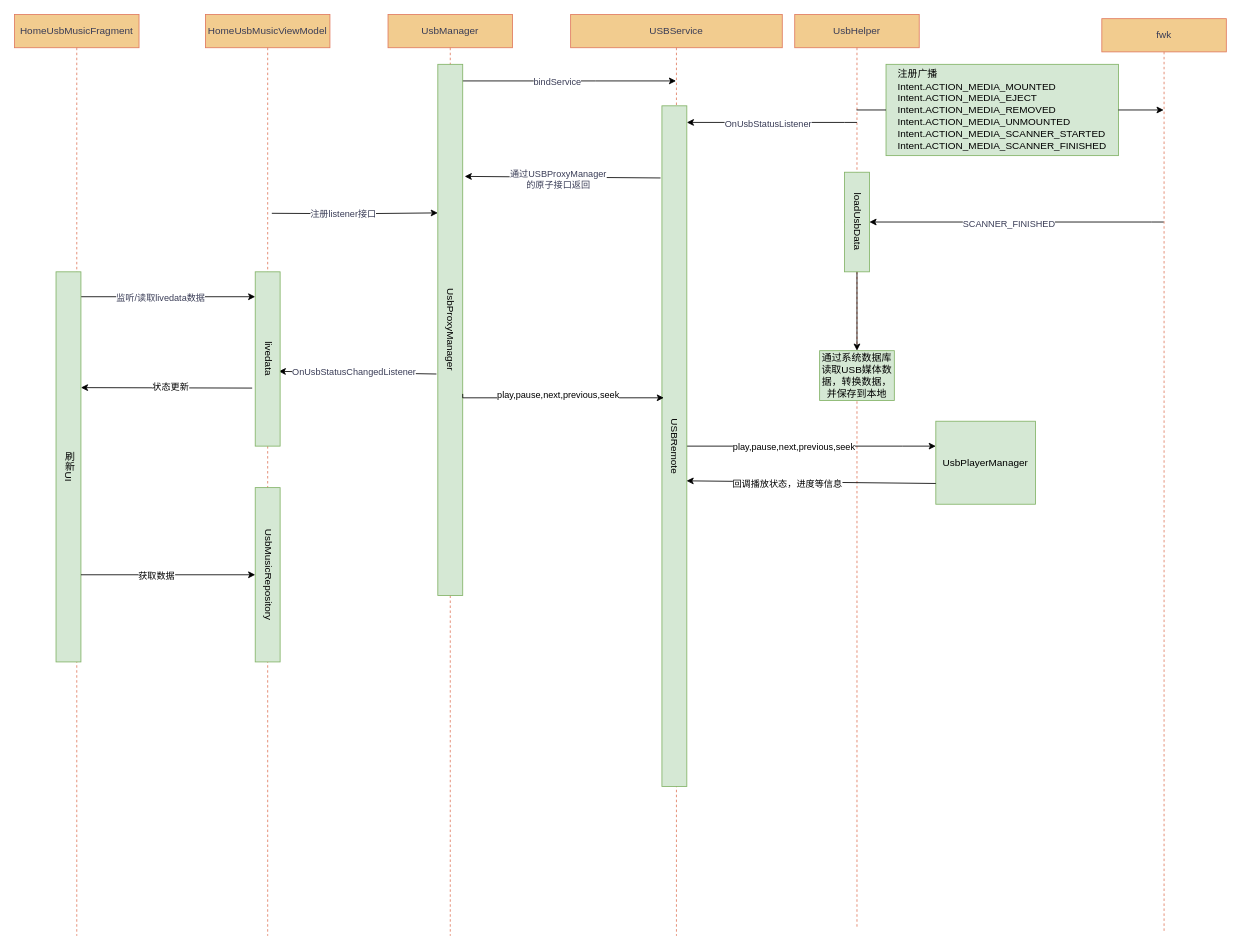
Above: page "USB音乐工作流程" (4 of 12) of 未命名绘图.drawio in NewPlayerAndroid/Latest-Interview (draw.io), before the change. Source tidied: cells renumbered, new cells numbered last; positions are measured from the earlier drawing's top-left corner, leaving out a move shared by most shapes. Both pictures are drawn from the tidied source at 83%, with x=0, y=0 at pixel (14, 14).
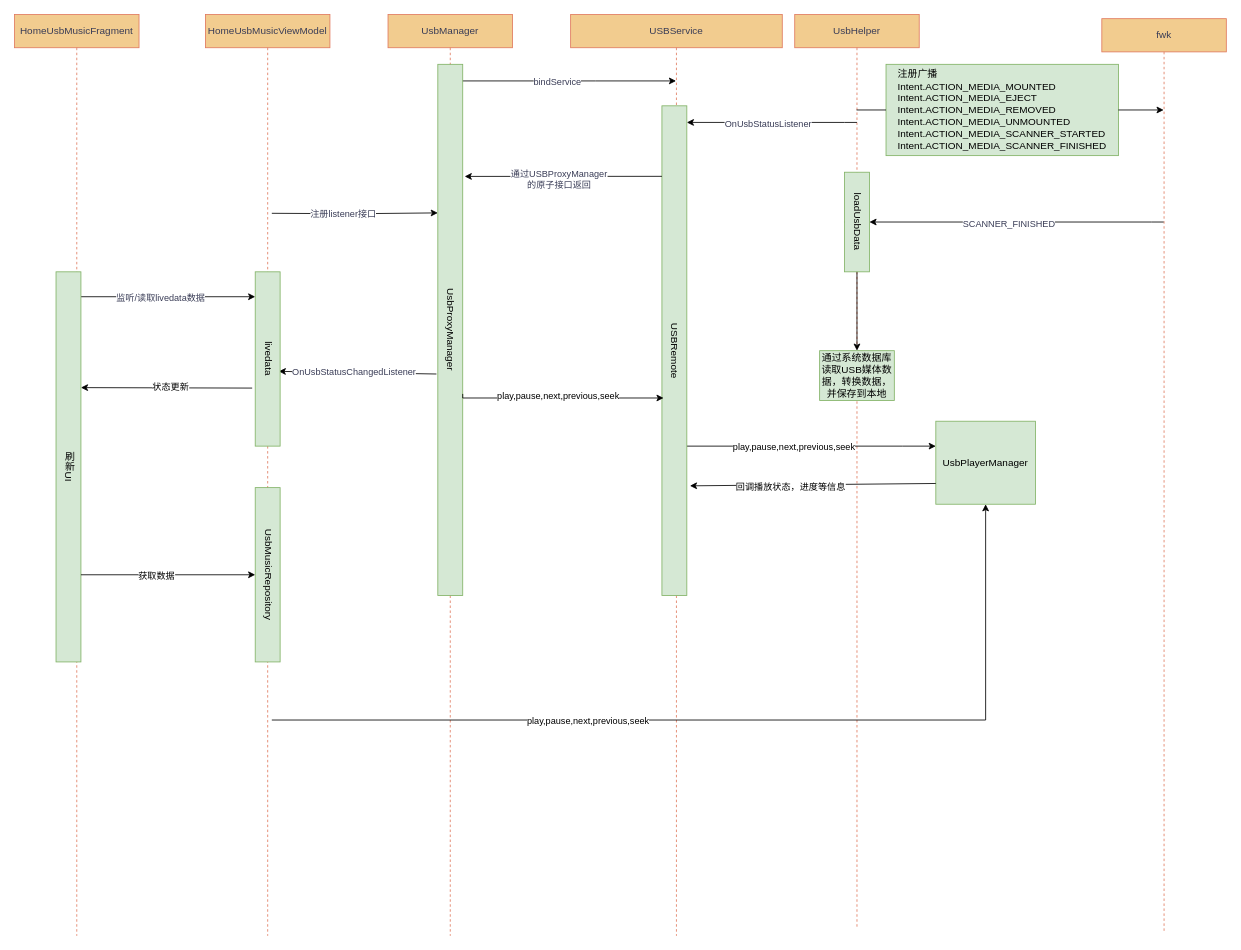
Above is the later version.

Unchanged cells that the change refers to:
```xml
<mxCell id="19" value="UsbProxyManager" style="rounded=0;whiteSpace=wrap;html=1;align=center;labelBackgroundColor=none;fillColor=#d5e8d4;strokeColor=#82b366;textDirection=vertical-lr;" parent="1" vertex="1">
  <mxGeometry x="510" y="60" width="30" height="640" as="geometry" />
</mxCell>
<mxCell id="40" value="UsbPlayerManager" style="whiteSpace=wrap;html=1;fillColor=#d5e8d4;strokeColor=#82b366;rounded=0;labelBackgroundColor=none;" parent="1" vertex="1">
  <mxGeometry x="1110" y="490" width="120" height="100" as="geometry" />
</mxCell>
```

What changed in the source:
```diff
@@
     <mxCell id="16" value="USBRemote" style="rounded=0;whiteSpace=wrap;html=1;align=center;labelBackgroundColor=none;fillColor=#d5e8d4;strokeColor=#82b366;textDirection=vertical-lr;" parent="1" vertex="1">
-      <mxGeometry x="780" y="110" width="30" height="820" as="geometry" />
+      <mxGeometry x="780" y="110" width="30" height="590" as="geometry" />
     </mxCell>
@@
-    <mxCell id="24" style="endArrow=classic;html=1;rounded=0;strokeColor=#000000;fontColor=#393C56;fillColor=#F2CC8F;entryX=1.078;entryY=0.211;entryDx=0;entryDy=0;entryPerimeter=0;exitX=-0.056;exitY=0.106;exitDx=0;exitDy=0;exitPerimeter=0;" parent="1" edge="1" source="16" target="19">
+    <mxCell id="24" style="endArrow=classic;html=1;rounded=0;strokeColor=#000000;fontColor=#393C56;fillColor=#F2CC8F;entryX=1.078;entryY=0.211;entryDx=0;entryDy=0;entryPerimeter=0;exitX=0;exitY=0.144;exitDx=0;exitDy=0;exitPerimeter=0;" parent="1" edge="1" source="16" target="19">
       <mxGeometry relative="1" as="geometry" />
     </mxCell>
@@
-    <mxCell id="33" style="edgeStyle=orthogonalEdgeStyle;rounded=0;jettySize=auto;html=1;strokeColor=#000000;fontColor=#393C56;fillColor=#F2CC8F;entryX=0.078;entryY=0.429;entryDx=0;entryDy=0;entryPerimeter=0;" parent="1" edge="1" target="16">
+    <mxCell id="33" style="edgeStyle=orthogonalEdgeStyle;rounded=0;orthogonalLoop=1;jettySize=auto;html=1;strokeColor=#000000;fontColor=#393C56;fillColor=#F2CC8F;" parent="1" edge="1">
       <mxGeometry relative="1" as="geometry">
         <mxPoint x="540" y="457.1" as="sourcePoint" />
+        <mxPoint x="782" y="462" as="targetPoint" />
         <Array as="points">
           <mxPoint x="540" y="462" />
         </Array>
       </mxGeometry>
     </mxCell>
@@
-    <mxCell id="41" style="endArrow=classic;html=1;rounded=0;entryX=0.989;entryY=0.551;entryDx=0;entryDy=0;entryPerimeter=0;exitX=0;exitY=0.75;exitDx=0;exitDy=0;" parent="1" edge="1" source="40" target="16">
+    <mxCell id="41" style="endArrow=classic;html=1;rounded=0;exitX=0;exitY=0.75;exitDx=0;exitDy=0;entryX=1.124;entryY=0.776;entryDx=0;entryDy=0;entryPerimeter=0;" parent="1" edge="1" source="40" target="16">
       <mxGeometry relative="1" as="geometry" />
     </mxCell>
@@
+    <mxCell id="46" style="edgeStyle=orthogonalEdgeStyle;rounded=0;jettySize=auto;html=1;entryX=0.5;entryY=1;entryDx=0;entryDy=0;" parent="1" edge="1" target="40">
+      <mxGeometry relative="1" as="geometry">
+        <mxPoint x="310" y="850" as="sourcePoint" />
+        <Array as="points">
+          <mxPoint x="1170" y="850" />
+        </Array>
+      </mxGeometry>
+    </mxCell>
+    <mxCell id="47" style="edgeLabel;html=1;align=center;verticalAlign=middle;" parent="46" vertex="1">
+      <mxGeometry x="-0.16" y="2" relative="1" as="geometry" />
+    </mxCell>
+    <mxCell id="48" style="edgeLabel;html=1;align=center;verticalAlign=middle;" parent="46" vertex="1">
+      <mxGeometry x="-0.15" y="1" relative="1" as="geometry" />
+    </mxCell>
+    <mxCell id="49" value="play,pause,next,previous,seek" style="edgeLabel;html=1;align=center;verticalAlign=middle;" parent="46" vertex="1">
+      <mxGeometry x="0.11" y="-2" relative="1" as="geometry">
+        <mxPoint x="-242" y="-2" as="offset" />
+      </mxGeometry>
+    </mxCell>
```
